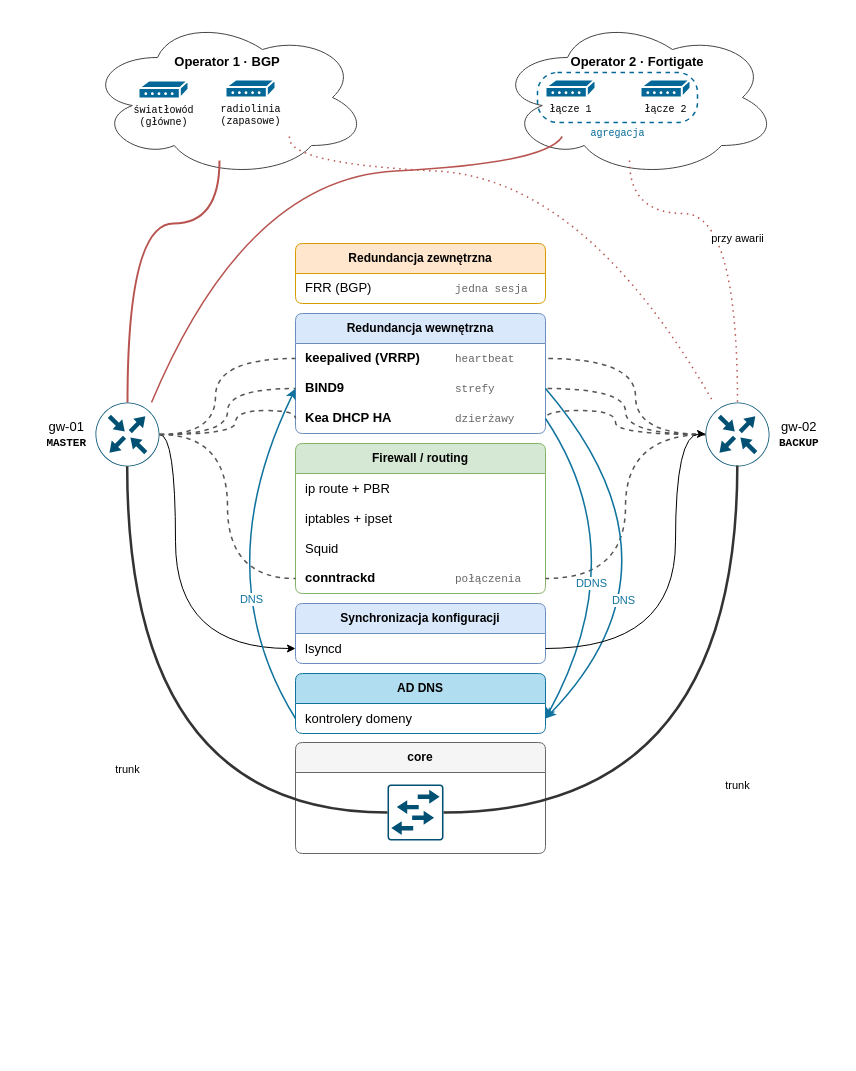
Before: redundant-gateways-V2.drawio in BO-RU-TA/mysnippets, a draw.io diagram. Source tidied: cells renumbered, new cells numbered last; positions are measured from the earlier drawing's top-left corner, leaving out a move shared by most shapes. Both pictures are drawn from the tidied source at 100%, with x=0, y=0 at pixel (87, 17).
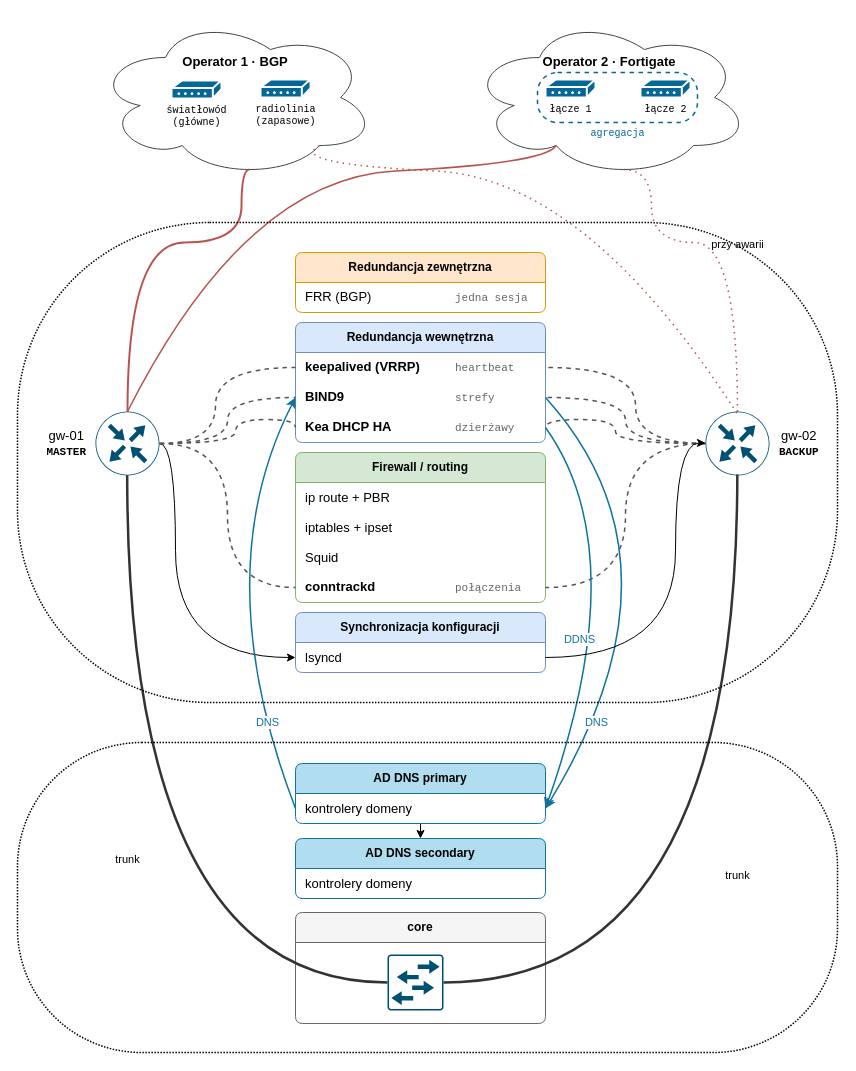
The same page after the edit.

The change refers to these unchanged cells:
```xml
<mxCell id="17" value="kontrolery domeny" style="text;strokeColor=none;fillColor=none;align=left;verticalAlign=middle;spacingLeft=8;spacingRight=8;html=1;fontSize=13;" parent="16" vertex="1">
  <mxGeometry y="30" width="250" height="30" as="geometry" />
</mxCell>
<mxCell id="21" value="&lt;span style=&quot;display:inline-block;width:150px&quot;&gt;&lt;b&gt;keepalived (VRRP)&lt;/b&gt;&lt;/span&gt;&lt;span style=&quot;font-family:Courier New;font-size:11px;color:#666666;font-weight:normal&quot;&gt;heartbeat&lt;/span&gt;" style="text;strokeColor=none;fillColor=none;align=left;verticalAlign=middle;spacingLeft=8;spacingRight=8;html=1;fontSize=13;points=[[0,0.5],[1,0.5]];portConstraint=eastwest;" parent="20" vertex="1">
  <mxGeometry y="30" width="250" height="30" as="geometry" />
</mxCell>
<mxCell id="22" value="&lt;span style=&quot;display:inline-block;width:150px&quot;&gt;&lt;b&gt;BIND9&lt;/b&gt;&lt;/span&gt;&lt;span style=&quot;font-family:Courier New;font-size:11px;color:#666666;font-weight:normal&quot;&gt;strefy&lt;/span&gt;" style="text;strokeColor=none;fillColor=none;align=left;verticalAlign=middle;spacingLeft=8;spacingRight=8;html=1;fontSize=13;points=[[0,0.5],[1,0.5]];portConstraint=eastwest;" parent="20" vertex="1">
  <mxGeometry y="60" width="250" height="30" as="geometry" />
</mxCell>
<mxCell id="23" value="&lt;span style=&quot;display:inline-block;width:150px&quot;&gt;&lt;b&gt;Kea DHCP HA&lt;/b&gt;&lt;/span&gt;&lt;span style=&quot;font-family:Courier New;font-size:11px;color:#666666;font-weight:normal&quot;&gt;dzierżawy&lt;/span&gt;" style="text;strokeColor=none;fillColor=none;align=left;verticalAlign=middle;spacingLeft=8;spacingRight=8;html=1;fontSize=13;points=[[0,0.5],[1,0.5]];portConstraint=eastwest;" parent="20" vertex="1">
  <mxGeometry y="90" width="250" height="30" as="geometry" />
</mxCell>
<mxCell id="44" value="&lt;span style=&quot;display:inline-block;width:150px&quot;&gt;lsyncd&lt;/span&gt;" style="text;strokeColor=none;fillColor=none;align=left;verticalAlign=middle;spacingLeft=8;spacingRight=8;html=1;fontSize=13;points=[[0,0.5],[1,0.5]];portConstraint=eastwest;" parent="43" vertex="1">
  <mxGeometry y="30" width="250" height="30" as="geometry" />
</mxCell>
```

The edit, as a diff of the source:
```diff
@@
     <mxCell id="2" value="core" style="swimlane;rounded=1;arcSize=8;fontStyle=1;horizontal=1;startSize=30;whiteSpace=wrap;html=1;fontSize=12;swimlaneFillColor=#ffffff;fillColor=#f5f5f5;strokeColor=#666666;" parent="1" vertex="1">
-      <mxGeometry x="208" y="725" width="250" height="111" as="geometry" />
+      <mxGeometry x="208" y="895" width="250" height="111" as="geometry" />
     </mxCell>
     <mxCell id="3" value="Operator 1 · BGP" style="ellipse;shape=cloud;whiteSpace=wrap;html=1;fillColor=#ffffff;strokeColor=#444444;fontStyle=1;fontSize=13;verticalAlign=top;spacingTop=30;" parent="1" vertex="1">
-      <mxGeometry width="280" height="160" as="geometry" />
+      <mxGeometry x="8" width="280" height="160" as="geometry" />
     </mxCell>
     <mxCell id="4" value="Operator 2 · Fortigate" style="ellipse;shape=cloud;whiteSpace=wrap;html=1;fillColor=#ffffff;strokeColor=#444444;fontStyle=1;fontSize=13;verticalAlign=top;spacingTop=30;" parent="1" vertex="1">
-      <mxGeometry x="410" width="280" height="160" as="geometry" />
+      <mxGeometry x="382" width="280" height="160" as="geometry" />
     </mxCell>
-    <mxCell id="5" style="endArrow=none;html=1;strokeColor=#b85450;curved=1;fontSize=11;labelBackgroundColor=#ffffff;strokeWidth=2;exitX=0.55;exitY=0.95;exitDx=0;exitDy=0;exitPerimeter=0;edgeStyle=orthogonalEdgeStyle;curveGeometry=1;" parent="1" edge="1" target="10">
-      <mxGeometry relative="1" as="geometry">
-        <mxPoint x="132" y="143" as="sourcePoint" />
+    <mxCell id="5" style="endArrow=none;html=1;strokeColor=#b85450;curved=1;fontSize=11;labelBackgroundColor=#ffffff;strokeWidth=2;exitX=0.55;exitY=0.95;exitDx=0;exitDy=0;exitPerimeter=0;edgeStyle=orthogonalEdgeStyle;curveGeometry=1;" parent="1" edge="1" source="3" target="10">
+      <mxGeometry x="0.04" relative="1" as="geometry">
         <Array as="points">
-          <mxPoint x="132" y="206" />
-          <mxPoint x="40" y="206" />
+          <mxPoint x="154" y="225" />
+          <mxPoint x="40" y="225" />
         </Array>
       </mxGeometry>
     </mxCell>
-    <mxCell id="6" style="endArrow=none;html=1;strokeColor=#b85450;curved=1;fontSize=11;labelBackgroundColor=#ffffff;strokeWidth=1.5;exitX=0.31;exitY=0.8;exitDx=0;exitDy=0;entryX=0.8;entryY=0.1;entryDx=0;entryDy=0;exitPerimeter=0;" parent="1" edge="1" target="10">
-      <mxGeometry relative="1" as="geometry">
-        <mxPoint x="474.8" y="119" as="sourcePoint" />
+    <mxCell id="6" style="endArrow=none;html=1;strokeColor=#b85450;curved=1;fontSize=11;labelBackgroundColor=#ffffff;strokeWidth=1.5;exitX=0.31;exitY=0.8;exitDx=0;exitDy=0;entryX=0.5;entryY=0;entryDx=0;entryDy=0;exitPerimeter=0;entryPerimeter=0;" parent="1" edge="1" source="4" target="10">
+      <mxGeometry x="-0.04" relative="1" as="geometry">
         <Array as="points">
           <mxPoint x="458" y="146" />
           <mxPoint x="158" y="161" />
         </Array>
       </mxGeometry>
     </mxCell>
-    <mxCell id="7" style="endArrow=none;html=1;strokeColor=#b85450;curved=1;fontSize=11;labelBackgroundColor=#ffffff;strokeWidth=1.5;dashed=1;dashPattern=1 3;exitX=0.8;exitY=0.8;exitDx=0;exitDy=0;entryX=0.2;entryY=0.1;entryDx=0;entryDy=0;exitPerimeter=0;" parent="1" edge="1" target="11">
-      <mxGeometry relative="1" as="geometry">
-        <mxPoint x="202" y="119" as="sourcePoint" />
+    <mxCell id="7" style="endArrow=none;html=1;strokeColor=#b85450;curved=1;fontSize=11;labelBackgroundColor=#ffffff;strokeWidth=1.5;dashed=1;dashPattern=1 3;exitX=0.8;exitY=0.8;exitDx=0;exitDy=0;entryX=0.488;entryY=0.023;entryDx=0;entryDy=0;exitPerimeter=0;entryPerimeter=0;" parent="1" edge="1" source="3" target="11">
+      <mxGeometry x="-0.01" y="1.06" relative="1" as="geometry">
         <Array as="points">
           <mxPoint x="198" y="146" />
           <mxPoint x="498" y="161" />
         </Array>
       </mxGeometry>
     </mxCell>
-    <mxCell id="8" value="przy awarii" style="endArrow=none;html=1;strokeColor=#b85450;curved=1;fontSize=11;labelBackgroundColor=#ffffff;strokeWidth=1.5;dashed=1;dashPattern=1 3;edgeStyle=orthogonalEdgeStyle;curveGeometry=1;exitX=0.55;exitY=0.95;exitDx=0;exitDy=0;exitPerimeter=0;" parent="1" edge="1" target="11">
+    <mxCell id="8" value="przy awarii" style="endArrow=none;html=1;strokeColor=#b85450;curved=1;fontSize=11;labelBackgroundColor=#ffffff;strokeWidth=1.5;dashed=1;dashPattern=1 3;edgeStyle=orthogonalEdgeStyle;curveGeometry=1;exitX=0.55;exitY=0.95;exitDx=0;exitDy=0;exitPerimeter=0;" parent="1" edge="1" source="4" target="11">
       <mxGeometry x="0.06" relative="1" as="geometry">
-        <mxPoint x="542" y="143" as="sourcePoint" />
         <Array as="points">
-          <mxPoint x="542" y="196" />
-          <mxPoint x="650" y="196" />
+          <mxPoint x="564" y="225" />
+          <mxPoint x="650" y="225" />
         </Array>
       </mxGeometry>
     </mxCell>
     <mxCell id="9" style="edgeStyle=orthogonalEdgeStyle;rounded=0;jettySize=auto;html=1;entryX=0;entryY=0.75;entryDx=0;entryDy=0;defaultLabelBackgroundColor=page;labelPadding=0 4;curveGeometry=1;curved=1;" parent="1" edge="1" source="10" target="43">
       <mxGeometry relative="1" as="geometry">
         <Array as="points">
-          <mxPoint x="88" y="417" />
-          <mxPoint x="88" y="631" />
+          <mxPoint x="88" y="426" />
+          <mxPoint x="88" y="640" />
         </Array>
       </mxGeometry>
     </mxCell>
     <mxCell id="10" value="&lt;div align=&quot;center&quot;&gt;&lt;span style=&quot;font-weight: normal;&quot;&gt;gw-01&lt;/span&gt;&lt;br&gt;&lt;font face=&quot;Courier New&quot; style=&quot;font-size:11px&quot;&gt;MASTER&lt;/font&gt;&lt;/div&gt;" style="sketch=0;html=1;shape=mxgraph.cisco19.router;fillColor=#005073;strokeColor=none;verticalLabelPosition=bottom;verticalAlign=top;align=center;fontSize=13;fontStyle=1;verticalLabelPosition=middle;labelPosition=left;align=right;verticalAlign=middle;spacingRight=8;" parent="1" vertex="1">
-      <mxGeometry x="8" y="385" width="64" height="64" as="geometry" />
+      <mxGeometry x="8" y="394" width="64" height="64" as="geometry" />
     </mxCell>
     <mxCell id="11" value="&lt;div align=&quot;center&quot;&gt;&lt;span style=&quot;font-weight: normal;&quot;&gt;gw-02&lt;/span&gt;&lt;br&gt;&lt;font face=&quot;Courier New&quot; style=&quot;font-size:11px&quot;&gt;BACKUP&lt;/font&gt;&lt;/div&gt;" style="sketch=0;html=1;shape=mxgraph.cisco19.router;fillColor=#005073;strokeColor=none;verticalLabelPosition=bottom;verticalAlign=top;align=center;fontSize=13;fontStyle=1;verticalLabelPosition=middle;labelPosition=right;align=left;verticalAlign=middle;spacingLeft=8;" parent="1" vertex="1">
-      <mxGeometry x="618" y="385" width="64" height="64" as="geometry" />
+      <mxGeometry x="618" y="394" width="64" height="64" as="geometry" />
     </mxCell>
     <mxCell id="12" value="światłowód&lt;br&gt;(główne)" style="sketch=0;html=1;dashed=0;fillColor=#036897;strokeColor=#ffffff;strokeWidth=2;verticalLabelPosition=bottom;verticalAlign=top;align=center;shape=mxgraph.cisco.modems_and_phones.modem;fontSize=10;fontFamily=Courier New;" parent="1" vertex="1">
-      <mxGeometry x="51" y="63" width="50" height="18" as="geometry" />
+      <mxGeometry x="84" y="63" width="50" height="18" as="geometry" />
     </mxCell>
@@
+    <mxCell id="47" style="edgeStyle=orthogonalEdgeStyle;rounded=0;jettySize=auto;html=1;exitX=0.5;exitY=1;exitDx=0;exitDy=0;entryX=0.5;entryY=0;entryDx=0;entryDy=0;defaultLabelBackgroundColor=page;labelPadding=0 4;" parent="1" edge="1" source="16" target="48">
+      <mxGeometry relative="1" as="geometry" />
+    </mxCell>
-    <mxCell id="16" value="AD DNS" style="swimlane;rounded=1;arcSize=8;fontStyle=1;horizontal=1;startSize=30;whiteSpace=wrap;html=1;fontSize=12;swimlaneFillColor=#ffffff;fillColor=#b1ddf0;strokeColor=#10739e;" parent="1" vertex="1">
-      <mxGeometry x="208" y="656" width="250" height="60" as="geometry" />
+    <mxCell id="16" value="AD DNS primary" style="swimlane;rounded=1;arcSize=8;fontStyle=1;horizontal=1;startSize=30;whiteSpace=wrap;html=1;fontSize=12;swimlaneFillColor=#ffffff;fillColor=#b1ddf0;strokeColor=#10739e;" parent="1" vertex="1">
+      <mxGeometry x="208" y="746" width="250" height="60" as="geometry" />
     </mxCell>
@@
     <mxCell id="18" value="Redundancja zewnętrzna" style="swimlane;rounded=1;arcSize=8;fontStyle=1;horizontal=1;startSize=30;whiteSpace=wrap;html=1;fontSize=12;swimlaneFillColor=#ffffff;fillColor=#ffe6cc;strokeColor=#d79b00;" parent="1" vertex="1">
-      <mxGeometry x="208" y="226" width="250" height="60" as="geometry" />
+      <mxGeometry x="208" y="235" width="250" height="60" as="geometry" />
     </mxCell>
@@
     <mxCell id="20" value="Redundancja wewnętrzna" style="swimlane;rounded=1;arcSize=8;fontStyle=1;horizontal=1;startSize=30;whiteSpace=wrap;html=1;fontSize=12;swimlaneFillColor=#ffffff;fillColor=#dae8fc;strokeColor=#6c8ebf;" parent="1" vertex="1">
-      <mxGeometry x="208" y="296" width="250" height="120" as="geometry" />
+      <mxGeometry x="208" y="305" width="250" height="120" as="geometry" />
     </mxCell>
@@
     <mxCell id="24" value="Firewall / routing" style="swimlane;rounded=1;arcSize=8;fontStyle=1;horizontal=1;startSize=30;whiteSpace=wrap;html=1;fontSize=12;swimlaneFillColor=#ffffff;fillColor=#d5e8d4;strokeColor=#82b366;" parent="1" vertex="1">
-      <mxGeometry x="208" y="426" width="250" height="150" as="geometry" />
+      <mxGeometry x="208" y="435" width="250" height="150" as="geometry" />
     </mxCell>
@@
     <mxCell id="29" style="endArrow=none;html=1;dashed=1;strokeColor=#555555;strokeWidth=1.5;curved=1;edgeStyle=orthogonalEdgeStyle;curveGeometry=1;exitX=1;exitY=0.5;exitDx=0;exitDy=0;entryX=0;entryY=0.5;entryDx=0;entryDy=0;" parent="1" edge="1" source="10" target="21">
       <mxGeometry relative="1" as="geometry">
         <Array as="points">
-          <mxPoint x="128" y="417" />
-          <mxPoint x="128" y="341" />
+          <mxPoint x="128" y="426" />
+          <mxPoint x="128" y="350" />
         </Array>
       </mxGeometry>
     </mxCell>
     <mxCell id="30" style="endArrow=none;html=1;dashed=1;strokeColor=#555555;strokeWidth=1.5;curved=1;edgeStyle=orthogonalEdgeStyle;curveGeometry=1;exitX=0;exitY=0.5;exitDx=0;exitDy=0;entryX=1;entryY=0.5;entryDx=0;entryDy=0;" parent="1" edge="1" source="11" target="21">
       <mxGeometry relative="1" as="geometry">
         <Array as="points">
-          <mxPoint x="548" y="417" />
-          <mxPoint x="548" y="341" />
+          <mxPoint x="548" y="426" />
+          <mxPoint x="548" y="350" />
         </Array>
       </mxGeometry>
     </mxCell>
     <mxCell id="31" style="endArrow=none;html=1;dashed=1;strokeColor=#555555;strokeWidth=1.5;curved=1;edgeStyle=orthogonalEdgeStyle;curveGeometry=1;exitX=1;exitY=0.5;exitDx=0;exitDy=0;entryX=0;entryY=0.5;entryDx=0;entryDy=0;" parent="1" edge="1" source="10" target="23">
       <mxGeometry relative="1" as="geometry">
         <Array as="points">
-          <mxPoint x="148" y="417" />
-          <mxPoint x="148" y="393" />
+          <mxPoint x="148" y="426" />
+          <mxPoint x="148" y="402" />
         </Array>
       </mxGeometry>
     </mxCell>
     <mxCell id="32" style="endArrow=none;html=1;dashed=1;strokeColor=#555555;strokeWidth=1.5;curved=1;edgeStyle=orthogonalEdgeStyle;curveGeometry=1;exitX=0;exitY=0.5;exitDx=0;exitDy=0;entryX=1;entryY=0.5;entryDx=0;entryDy=0;" parent="1" edge="1" source="11" target="23">
       <mxGeometry relative="1" as="geometry">
         <Array as="points">
-          <mxPoint x="528" y="417" />
-          <mxPoint x="528" y="393" />
+          <mxPoint x="528" y="426" />
+          <mxPoint x="528" y="402" />
         </Array>
       </mxGeometry>
     </mxCell>
@@
     <mxCell id="37" style="sketch=0;html=1;shape=mxgraph.cisco19.workgroup_switch;fillColor=#005073;strokeColor=none;verticalLabelPosition=bottom;verticalAlign=top;align=center;fontSize=13;fontStyle=1;" parent="1" vertex="1">
-      <mxGeometry x="300" y="767" width="56" height="56" as="geometry" />
+      <mxGeometry x="300" y="937" width="56" height="56" as="geometry" />
     </mxCell>
@@
     <mxCell id="40" value="DNS" style="endArrow=classic;html=1;curved=1;strokeColor=#10739e;strokeWidth=1.5;fontSize=11;fontColor=#10739e;labelBackgroundColor=#ffffff;exitX=1;exitY=0.5;exitDx=0;exitDy=0;entryX=1;entryY=0.75;entryDx=0;entryDy=0;" parent="1" edge="1" source="22" target="16">
-      <mxGeometry x="0.38" y="-25" relative="1" as="geometry">
+      <mxGeometry x="0.61" y="-1" relative="1" as="geometry">
         <Array as="points">
           <mxPoint x="608" y="546" />
         </Array>
-        <mxPoint y="-1" as="offset" />
       </mxGeometry>
     </mxCell>
@@
     <mxCell id="42" value="DNS" style="endArrow=classic;html=1;curved=1;strokeColor=#10739e;strokeWidth=1.5;fontSize=11;fontColor=#10739e;labelBackgroundColor=#ffffff;exitX=0;exitY=0.5;exitDx=0;exitDy=0;entryX=0;entryY=0.5;entryDx=0;entryDy=0;" parent="1" edge="1" source="17" target="22">
-      <mxGeometry x="-0.34" y="-26" relative="1" as="geometry">
+      <mxGeometry x="-0.6" y="-5" relative="1" as="geometry">
         <Array as="points">
           <mxPoint x="118" y="556" />
         </Array>
-        <mxPoint x="-1" as="offset" />
       </mxGeometry>
     </mxCell>
     <mxCell id="43" value="Synchronizacja konfiguracji" style="swimlane;rounded=1;arcSize=8;fontStyle=1;horizontal=1;startSize=30;whiteSpace=wrap;html=1;fontSize=12;swimlaneFillColor=#ffffff;fillColor=#dae8fc;strokeColor=#6c8ebf;" parent="1" vertex="1">
-      <mxGeometry x="208" y="586" width="250" height="60" as="geometry" />
+      <mxGeometry x="208" y="595" width="250" height="60" as="geometry" />
     </mxCell>
@@
     <mxCell id="45" style="edgeStyle=orthogonalEdgeStyle;rounded=0;jettySize=auto;html=1;exitX=1;exitY=0.5;exitDx=0;exitDy=0;entryX=0;entryY=0.491;entryDx=0;entryDy=0;entryPerimeter=0;defaultLabelBackgroundColor=page;labelPadding=0 4;curveGeometry=1;curved=1;" parent="1" edge="1" source="44" target="11">
       <mxGeometry relative="1" as="geometry">
         <Array as="points">
-          <mxPoint x="588" y="631" />
-          <mxPoint x="588" y="416.4" />
+          <mxPoint x="588" y="640" />
+          <mxPoint x="588" y="425.4" />
         </Array>
       </mxGeometry>
     </mxCell>
     <mxCell id="46" value="radiolinia&lt;br&gt;(zapasowe)" style="sketch=0;html=1;dashed=0;fillColor=#036897;strokeColor=#ffffff;strokeWidth=2;verticalLabelPosition=bottom;verticalAlign=top;align=center;shape=mxgraph.cisco.modems_and_phones.modem;fontSize=10;fontFamily=Courier New;labelPerimeter=1;" parent="1" vertex="1">
-      <mxGeometry x="138" y="62" width="50" height="18" as="geometry" />
+      <mxGeometry x="173" y="62" width="50" height="18" as="geometry" />
     </mxCell>
+    <mxCell id="48" value="AD DNS secondary" style="swimlane;rounded=1;arcSize=8;fontStyle=1;horizontal=1;startSize=30;whiteSpace=wrap;html=1;fontSize=12;swimlaneFillColor=#ffffff;fillColor=#b1ddf0;strokeColor=#10739e;" parent="1" vertex="1">
+      <mxGeometry x="208" y="821" width="250" height="60" as="geometry" />
+    </mxCell>
+    <mxCell id="49" value="kontrolery domeny" style="text;strokeColor=none;fillColor=none;align=left;verticalAlign=middle;spacingLeft=8;spacingRight=8;html=1;fontSize=13;" parent="48" vertex="1">
+      <mxGeometry y="30" width="250" height="30" as="geometry" />
+    </mxCell>
+    <mxCell id="50" style="rounded=1;arcSize=40;html=1;fillColor=none;strokeColor=light-dark(#000000, #5cb3dc);dashed=1;strokeWidth=1.5;verticalAlign=bottom;fontSize=10;fontFamily=Courier New;fontColor=#036897;spacingBottom=-20;dashPattern=1 1;" parent="1" vertex="1">
+      <mxGeometry x="-70" y="725" width="820" height="310" as="geometry" />
+    </mxCell>
+    <mxCell id="51" style="rounded=1;arcSize=40;html=1;fillColor=none;strokeColor=light-dark(#000000, #5cb3dc);dashed=1;strokeWidth=1.5;verticalAlign=bottom;fontSize=10;fontFamily=Courier New;fontColor=#036897;spacingBottom=-20;dashPattern=1 1;roundedPerimeter=1;glass=0;shadow=0;multiple=0;" parent="1" vertex="1">
+      <mxGeometry x="-70" y="205" width="820" height="480" as="geometry" />
+    </mxCell>
```
